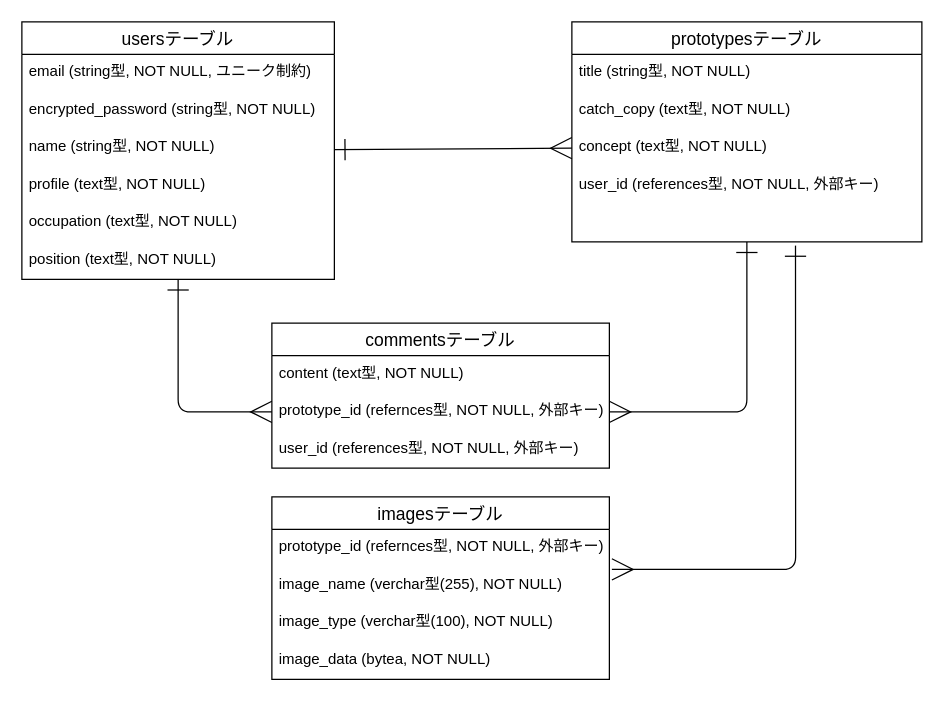
Before: protospace/protospace.dio in miyawaki3819/protospace-42610, a draw.io diagram. Source tidied: cells renumbered, new cells numbered last; positions are measured from the earlier drawing's top-left corner, leaving out a move shared by most shapes. Both pictures are drawn from the tidied source at 125%, with x=0, y=0 at pixel (21, 21).
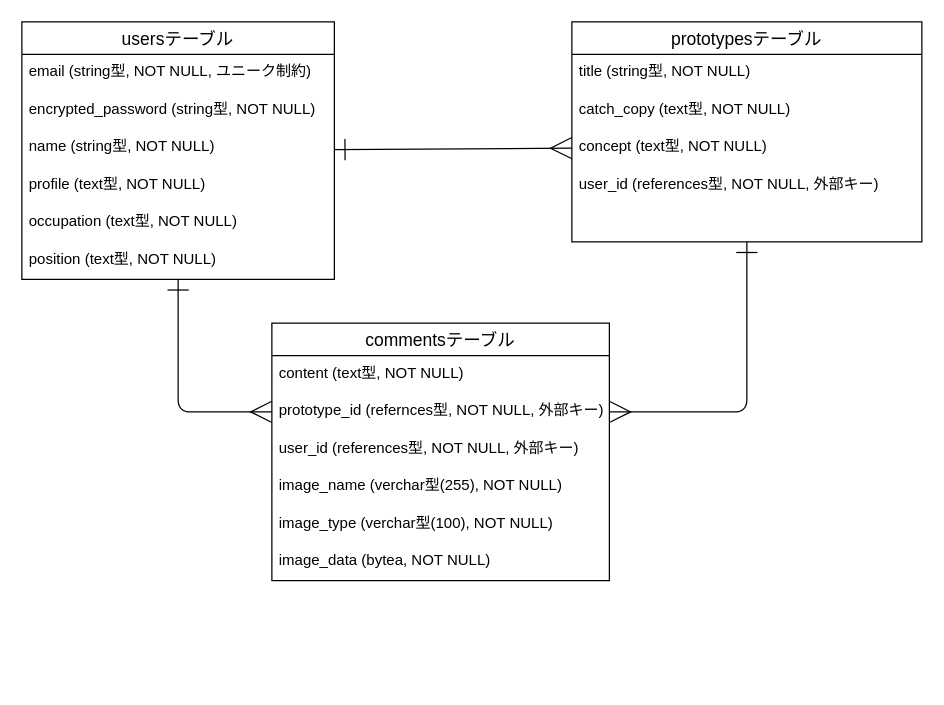
The same page after the edit.

The change refers to these unchanged cells:
```xml
<mxCell id="2" value="usersテーブル" style="swimlane;fontStyle=0;horizontal=1;startSize=26;align=center;fontSize=14;" parent="1" vertex="1">
  <mxGeometry width="250" height="206" as="geometry" />
</mxCell>
<mxCell id="12" value="concept&lt;span style=&quot;color: rgb(0, 0, 0);&quot;&gt;&amp;nbsp;(text型, NOT NULL)&lt;/span&gt;" style="text;strokeColor=none;fillColor=none;spacingLeft=4;spacingRight=4;overflow=hidden;points=[[0,0.5],[1,0.5]];portConstraint=eastwest;fontSize=12;whiteSpace=wrap;html=1;" parent="9" vertex="1">
  <mxGeometry y="86" width="280" height="30" as="geometry" />
</mxCell>
<mxCell id="18" value="prototype_id&lt;span style=&quot;color: rgb(0, 0, 0);&quot;&gt;&amp;nbsp;(refernces型, NOT NULL, 外部キー)&lt;/span&gt;" style="text;strokeColor=none;fillColor=none;spacingLeft=4;spacingRight=4;overflow=hidden;points=[[0,0.5],[1,0.5]];portConstraint=eastwest;fontSize=12;whiteSpace=wrap;html=1;" parent="16" vertex="1">
  <mxGeometry y="56" width="270" height="30" as="geometry" />
</mxCell>
```

Change to the diagram source:
```diff
@@
     <mxCell id="16" value="commentsテーブル" style="swimlane;fontStyle=0;horizontal=1;startSize=26;align=center;fontSize=14;" parent="1" vertex="1">
-      <mxGeometry x="200" y="241" width="270" height="116" as="geometry" />
+      <mxGeometry x="200" y="241" width="270" height="206" as="geometry" />
     </mxCell>
@@
-    <mxCell id="20" style="edgeStyle=none;html=1;startArrow=ERmany;startFill=0;endArrow=ERone;endFill=0;endSize=15;startSize=15;exitX=0;exitY=0.5;exitDx=0;exitDy=0;" parent="1" edge="1" source="18" target="2">
-      <mxGeometry relative="1" as="geometry">
-        <Array as="points">
-          <mxPoint x="125" y="312" />
-        </Array>
-      </mxGeometry>
-    </mxCell>
-    <mxCell id="21" style="edgeStyle=none;html=1;entryX=0;entryY=0.5;entryDx=0;entryDy=0;startArrow=ERone;startFill=0;endArrow=ERmany;endFill=0;endSize=15;startSize=15;" parent="1" edge="1" source="2" target="12">
-      <mxGeometry relative="1" as="geometry" />
-    </mxCell>
-    <mxCell id="22" value="imagesテーブル" style="swimlane;fontStyle=0;horizontal=1;startSize=26;align=center;fontSize=14;" parent="1" vertex="1">
-      <mxGeometry x="200" y="380" width="270" height="146" as="geometry" />
-    </mxCell>
-    <mxCell id="23" value="&lt;span style=&quot;color: rgb(0, 0, 0);&quot;&gt;prototype_id&lt;/span&gt;&lt;span style=&quot;scrollbar-color: rgb(226, 226, 226) rgb(251, 251, 251); color: rgb(0, 0, 0);&quot;&gt;&amp;nbsp;(refernces型, NOT NULL, 外部キー)&lt;/span&gt;" style="text;strokeColor=none;fillColor=none;spacingLeft=4;spacingRight=4;overflow=hidden;fontSize=12;whiteSpace=wrap;html=1;" parent="22" vertex="1">
-      <mxGeometry y="26" width="270" height="30" as="geometry" />
-    </mxCell>
-    <mxCell id="24" value="&lt;span style=&quot;color: rgb(0, 0, 0);&quot;&gt;image_name (verchar型(255), NOT NULL)&lt;/span&gt;" style="text;strokeColor=none;fillColor=none;spacingLeft=4;spacingRight=4;overflow=hidden;fontSize=12;whiteSpace=wrap;html=1;" parent="22" vertex="1">
-      <mxGeometry y="56" width="270" height="30" as="geometry" />
+    <mxCell id="24" value="&lt;span style=&quot;color: rgb(0, 0, 0);&quot;&gt;image_name (verchar型(255), NOT NULL)&lt;/span&gt;" style="text;strokeColor=none;fillColor=none;spacingLeft=4;spacingRight=4;overflow=hidden;fontSize=12;whiteSpace=wrap;html=1;" parent="16" vertex="1">
+      <mxGeometry y="116" width="270" height="30" as="geometry" />
     </mxCell>
-    <mxCell id="25" value="&lt;span style=&quot;color: rgb(0, 0, 0);&quot;&gt;image_type&lt;/span&gt;&lt;span style=&quot;scrollbar-color: rgb(226, 226, 226) rgb(251, 251, 251); color: rgb(0, 0, 0);&quot;&gt;&amp;nbsp;(verchar型(100), NOT NULL)&lt;/span&gt;" style="text;strokeColor=none;fillColor=none;spacingLeft=4;spacingRight=4;overflow=hidden;fontSize=12;whiteSpace=wrap;html=1;" parent="22" vertex="1">
-      <mxGeometry y="86" width="270" height="30" as="geometry" />
+    <mxCell id="25" value="&lt;span style=&quot;scrollbar-color: rgb(226, 226, 226) rgb(251, 251, 251); color: rgb(0, 0, 0);&quot;&gt;image_type&lt;/span&gt;&lt;span style=&quot;scrollbar-color: rgb(226, 226, 226) rgb(251, 251, 251); color: rgb(0, 0, 0);&quot;&gt;&amp;nbsp;(verchar型(100), NOT NULL)&lt;/span&gt;" style="text;strokeColor=none;fillColor=none;spacingLeft=4;spacingRight=4;overflow=hidden;fontSize=12;whiteSpace=wrap;html=1;" parent="16" vertex="1">
+      <mxGeometry y="146" width="270" height="30" as="geometry" />
     </mxCell>
-    <mxCell id="26" value="image_data&lt;span style=&quot;color: rgb(0, 0, 0);&quot;&gt;&amp;nbsp;(bytea, NOT NULL)&lt;/span&gt;" style="text;strokeColor=none;fillColor=none;spacingLeft=4;spacingRight=4;overflow=hidden;fontSize=12;whiteSpace=wrap;html=1;" parent="22" vertex="1">
-      <mxGeometry y="116" width="270" height="30" as="geometry" />
+    <mxCell id="26" value="&lt;span style=&quot;color: rgb(0, 0, 0);&quot;&gt;image_data&lt;/span&gt;&lt;span style=&quot;scrollbar-color: rgb(226, 226, 226) rgb(251, 251, 251); color: rgb(0, 0, 0);&quot;&gt;&amp;nbsp;(bytea, NOT NULL)&lt;/span&gt;" style="text;strokeColor=none;fillColor=none;spacingLeft=4;spacingRight=4;overflow=hidden;fontSize=12;whiteSpace=wrap;html=1;" parent="16" vertex="1">
+      <mxGeometry y="176" width="270" height="30" as="geometry" />
     </mxCell>
-    <mxCell id="27" style="edgeStyle=none;html=1;entryX=0.646;entryY=1.1;entryDx=0;entryDy=0;entryPerimeter=0;endArrow=ERone;endFill=0;startArrow=ERmany;startFill=0;endSize=15;startSize=15;" parent="1" edge="1">
-      <mxGeometry relative="1" as="geometry">
-        <mxPoint x="472" y="438" as="sourcePoint" />
-        <mxPoint x="618.9" y="179" as="targetPoint" />
-        <Array as="points">
-          <mxPoint x="619" y="438" />
-        </Array>
-      </mxGeometry>
-    </mxCell>
+    <mxCell id="20" style="edgeStyle=none;html=1;startArrow=ERmany;startFill=0;endArrow=ERone;endFill=0;endSize=15;startSize=15;exitX=0;exitY=0.5;exitDx=0;exitDy=0;" parent="1" edge="1" source="18" target="2">
+      <mxGeometry relative="1" as="geometry">
+        <Array as="points">
+          <mxPoint x="125" y="312" />
+        </Array>
+      </mxGeometry>
+    </mxCell>
+    <mxCell id="21" style="edgeStyle=none;html=1;entryX=0;entryY=0.5;entryDx=0;entryDy=0;startArrow=ERone;startFill=0;endArrow=ERmany;endFill=0;endSize=15;startSize=15;" parent="1" edge="1" source="2" target="12">
+      <mxGeometry relative="1" as="geometry" />
+    </mxCell>
```
